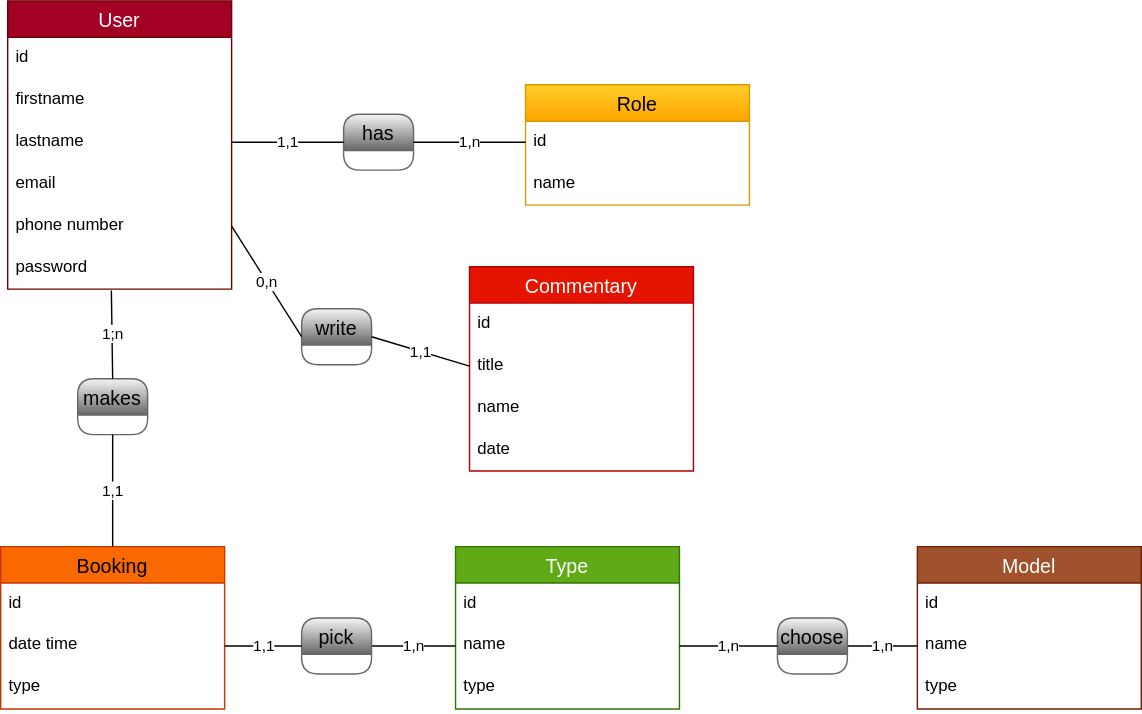
The draw.io diagram code/server/merise/MCD.drawio.svg in ikezadri/za.nails, before a commit. Source tidied: cells renumbered, new cells last; positions are measured from the earlier drawing's top-left corner, leaving out a move shared by most shapes.
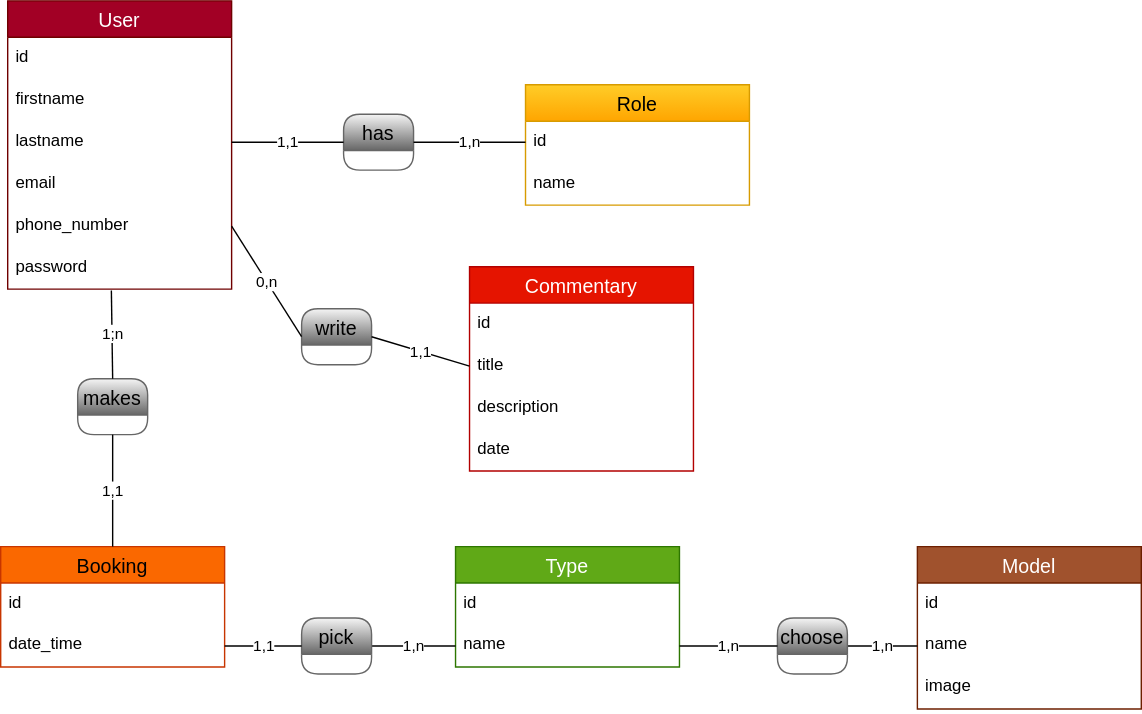
Later version of the same file.

Diff of the diagram source:
```diff
@@ -17,24 +17,21 @@
     <mxCell id="6" value="email" style="text;strokeColor=none;fillColor=none;spacingLeft=4;spacingRight=4;overflow=hidden;fontSize=12;" parent="2" vertex="1">
       <mxGeometry y="116" width="160" height="30" as="geometry" />
     </mxCell>
-    <mxCell id="7" value="phone number" style="text;strokeColor=none;fillColor=none;spacingLeft=4;spacingRight=4;overflow=hidden;points=[[0,0.5],[1,0.5]];portConstraint=eastwest;fontSize=12;" parent="2" vertex="1">
+    <mxCell id="7" value="phone_number" style="text;strokeColor=none;fillColor=none;spacingLeft=4;spacingRight=4;overflow=hidden;points=[[0,0.5],[1,0.5]];portConstraint=eastwest;fontSize=12;" parent="2" vertex="1">
       <mxGeometry y="146" width="160" height="30" as="geometry" />
     </mxCell>
     <mxCell id="8" value="password" style="text;strokeColor=none;fillColor=none;spacingLeft=4;spacingRight=4;overflow=hidden;points=[[0,0.5],[1,0.5]];portConstraint=eastwest;fontSize=12;" parent="2" vertex="1">
       <mxGeometry y="176" width="160" height="30" as="geometry" />
     </mxCell>
     <mxCell id="9" value="Booking" style="swimlane;fontStyle=0;horizontal=1;startSize=26;align=center;fontSize=14;fillColor=#fa6800;strokeColor=#C73500;fontColor=#000000;" parent="1" vertex="1">
-      <mxGeometry y="390" width="160" height="116" as="geometry" />
+      <mxGeometry y="390" width="160" height="86" as="geometry" />
     </mxCell>
     <mxCell id="10" value="id" style="text;strokeColor=none;fillColor=none;spacingLeft=4;spacingRight=4;overflow=hidden;fontSize=12;" parent="9" vertex="1">
       <mxGeometry y="26" width="160" height="30" as="geometry" />
     </mxCell>
-    <mxCell id="11" value="date time" style="text;strokeColor=none;fillColor=none;spacingLeft=4;spacingRight=4;overflow=hidden;points=[[0,0.5],[1,0.5]];portConstraint=eastwest;fontSize=12;" parent="9" vertex="1">
+    <mxCell id="11" value="date_time" style="text;strokeColor=none;fillColor=none;spacingLeft=4;spacingRight=4;overflow=hidden;points=[[0,0.5],[1,0.5]];portConstraint=eastwest;fontSize=12;" parent="9" vertex="1">
       <mxGeometry y="56" width="160" height="30" as="geometry" />
     </mxCell>
-    <mxCell id="12" value="type" style="text;strokeColor=none;fillColor=none;spacingLeft=4;spacingRight=4;overflow=hidden;fontSize=12;" parent="9" vertex="1">
-      <mxGeometry y="86" width="160" height="30" as="geometry" />
-    </mxCell>
     <mxCell id="13" value="Role" style="swimlane;fontStyle=0;horizontal=1;startSize=26;align=center;fontSize=14;fillColor=#ffcd28;strokeColor=#d79b00;gradientColor=#ffa500;" parent="1" vertex="1">
       <mxGeometry x="375" y="60" width="160" height="86" as="geometry" />
     </mxCell>
@@ -63,7 +60,7 @@
       <mxGeometry relative="1" as="geometry" />
     </mxCell>
     <mxCell id="22" value="Type" style="swimlane;fontStyle=0;horizontal=1;startSize=26;align=center;fontSize=14;fillColor=#60a917;strokeColor=#2D7600;fontColor=#ffffff;" parent="1" vertex="1">
-      <mxGeometry x="325" y="390" width="160" height="116" as="geometry" />
+      <mxGeometry x="325" y="390" width="160" height="86" as="geometry" />
     </mxCell>
     <mxCell id="23" value="id" style="text;strokeColor=none;fillColor=none;spacingLeft=4;spacingRight=4;overflow=hidden;fontSize=12;" parent="22" vertex="1">
       <mxGeometry y="26" width="160" height="30" as="geometry" />
@@ -71,9 +68,6 @@
     <mxCell id="24" value="name" style="text;strokeColor=none;fillColor=none;spacingLeft=4;spacingRight=4;overflow=hidden;points=[[0,0.5],[1,0.5]];portConstraint=eastwest;fontSize=12;" parent="22" vertex="1">
       <mxGeometry y="56" width="160" height="30" as="geometry" />
     </mxCell>
-    <mxCell id="25" value="type" style="text;strokeColor=none;fillColor=none;spacingLeft=4;spacingRight=4;overflow=hidden;fontSize=12;" parent="22" vertex="1">
-      <mxGeometry y="86" width="160" height="30" as="geometry" />
-    </mxCell>
     <mxCell id="26" value="Model" style="swimlane;fontStyle=0;horizontal=1;startSize=26;align=center;fontSize=14;fillColor=#a0522d;strokeColor=#6D1F00;fontColor=#ffffff;" parent="1" vertex="1">
       <mxGeometry x="655" y="390" width="160" height="116" as="geometry" />
     </mxCell>
@@ -83,7 +77,7 @@
     <mxCell id="28" value="name" style="text;strokeColor=none;fillColor=none;spacingLeft=4;spacingRight=4;overflow=hidden;points=[[0,0.5],[1,0.5]];portConstraint=eastwest;fontSize=12;" parent="26" vertex="1">
       <mxGeometry y="56" width="160" height="30" as="geometry" />
     </mxCell>
-    <mxCell id="29" value="type" style="text;strokeColor=none;fillColor=none;spacingLeft=4;spacingRight=4;overflow=hidden;fontSize=12;" parent="26" vertex="1">
+    <mxCell id="29" value="image" style="text;strokeColor=none;fillColor=none;spacingLeft=4;spacingRight=4;overflow=hidden;fontSize=12;" parent="26" vertex="1">
       <mxGeometry y="86" width="160" height="30" as="geometry" />
     </mxCell>
     <mxCell id="30" value="1,n" style="endArrow=none;html=1;rounded=0;entryX=0;entryY=0.5;entryDx=0;entryDy=0;exitX=1;exitY=0.5;exitDx=0;exitDy=0;" parent="1" edge="1" source="32" target="24">
@@ -113,7 +107,7 @@
     <mxCell id="38" value="title" style="text;strokeColor=none;fillColor=none;spacingLeft=4;spacingRight=4;overflow=hidden;points=[[0,0.5],[1,0.5]];portConstraint=eastwest;fontSize=12;" parent="36" vertex="1">
       <mxGeometry y="56" width="160" height="30" as="geometry" />
     </mxCell>
-    <mxCell id="39" value="name" style="text;strokeColor=none;fillColor=none;spacingLeft=4;spacingRight=4;overflow=hidden;fontSize=12;" parent="36" vertex="1">
+    <mxCell id="39" value="description" style="text;strokeColor=none;fillColor=none;spacingLeft=4;spacingRight=4;overflow=hidden;fontSize=12;" parent="36" vertex="1">
       <mxGeometry y="86" width="160" height="30" as="geometry" />
     </mxCell>
     <mxCell id="40" value="date" style="text;strokeColor=none;fillColor=none;spacingLeft=4;spacingRight=4;overflow=hidden;fontSize=12;" parent="36" vertex="1">
```
